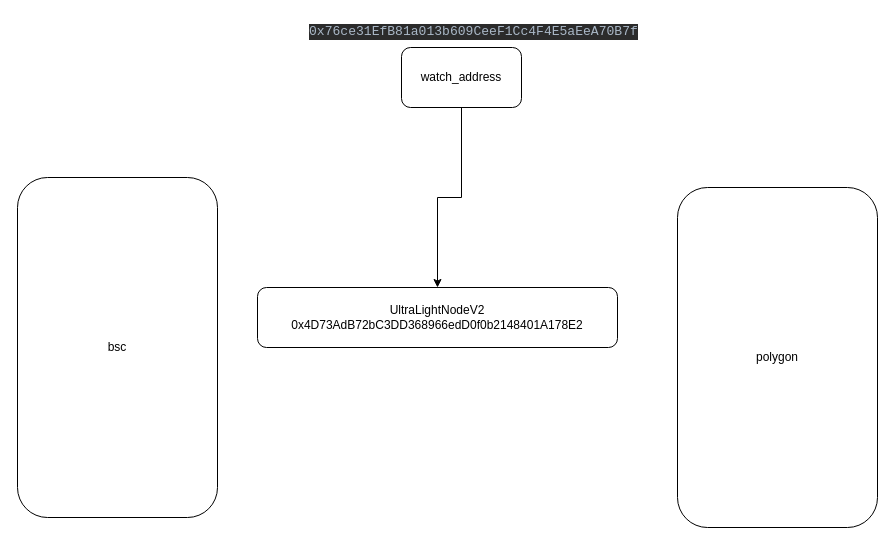
This is layer-oracle.drawio from chixiaowen/drawio, a draw.io file, before an edit. Source tidied: cells renumbered, new cells numbered last; positions are measured from the earlier drawing's top-left corner, leaving out a move shared by most shapes. Both pictures are drawn from the tidied source at 100%, with x=0, y=0 at pixel (17, 17).
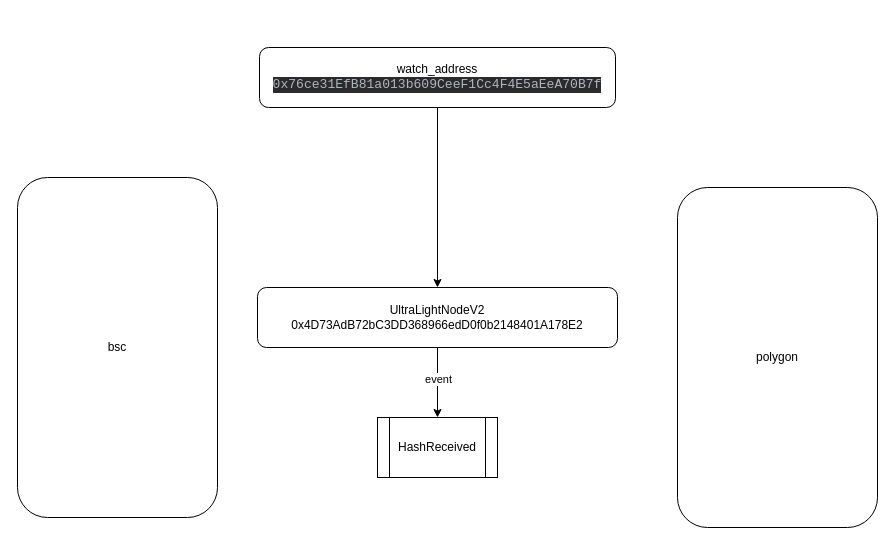
Above is the later version.

What changed in the source:
```diff
@@
 <mxGraphModel>
   <root>
     <mxCell id="0" />
     <mxCell id="1" parent="0" />
     <mxCell id="2" style="edgeStyle=orthogonalEdgeStyle;rounded=0;jettySize=auto;html=1;" parent="1" edge="1" source="3" target="4">
       <mxGeometry relative="1" as="geometry" />
     </mxCell>
-    <mxCell id="3" value="watch_address" style="rounded=1;whiteSpace=wrap;html=1;" parent="1" vertex="1">
-      <mxGeometry x="384" y="30" width="120" height="60" as="geometry" />
+    <mxCell id="3" value="watch_address&lt;br&gt;&lt;div style=&quot;background-color: rgb(43, 43, 43); color: rgb(169, 183, 198); font-family: &amp;quot;JetBrains Mono&amp;quot;, monospace; font-size: 9.8pt;&quot;&gt;0x76ce31EfB81a013b609CeeF1Cc4F4E5aEeA70B7f&lt;/div&gt;" style="rounded=1;whiteSpace=wrap;html=1;" parent="1" vertex="1">
+      <mxGeometry x="242" y="30" width="356" height="60" as="geometry" />
     </mxCell>
+    <mxCell id="8" style="edgeStyle=orthogonalEdgeStyle;rounded=0;jettySize=auto;html=1;entryX=0.5;entryY=0;entryDx=0;entryDy=0;" parent="1" edge="1" source="4" target="10">
+      <mxGeometry relative="1" as="geometry" />
+    </mxCell>
+    <mxCell id="9" value="event" style="edgeLabel;html=1;align=center;verticalAlign=middle;" parent="8" vertex="1">
+      <mxGeometry x="-0.11" relative="1" as="geometry" />
+    </mxCell>
     <mxCell id="4" value="UltraLightNodeV2&lt;br&gt;0x4D73AdB72bC3DD368966edD0f0b2148401A178E2" style="rounded=1;whiteSpace=wrap;html=1;" parent="1" vertex="1">
       <mxGeometry x="240" y="270" width="360" height="60" as="geometry" />
     </mxCell>
-    <mxCell id="5" value="&lt;div style=&quot;background-color: rgb(43, 43, 43); color: rgb(169, 183, 198); font-family: &amp;quot;JetBrains Mono&amp;quot;, monospace; font-size: 9.8pt;&quot;&gt;0x76ce31EfB81a013b609CeeF1Cc4F4E5aEeA70B7f&lt;/div&gt;" style="text;whiteSpace=wrap;html=1;" parent="1" vertex="1">
-      <mxGeometry x="290" width="360" height="40" as="geometry" />
-    </mxCell>
     <mxCell id="6" value="bsc" style="rounded=1;whiteSpace=wrap;html=1;" parent="1" vertex="1">
       <mxGeometry y="160" width="200" height="340" as="geometry" />
     </mxCell>
     <mxCell id="7" value="polygon" style="rounded=1;whiteSpace=wrap;html=1;" parent="1" vertex="1">
       <mxGeometry x="660" y="170" width="200" height="340" as="geometry" />
     </mxCell>
+    <mxCell id="10" value="HashReceived" style="shape=process;whiteSpace=wrap;html=1;backgroundOutline=1;" parent="1" vertex="1">
+      <mxGeometry x="360" y="400" width="120" height="60" as="geometry" />
+    </mxCell>
   </root>
 </mxGraphModel>
```
